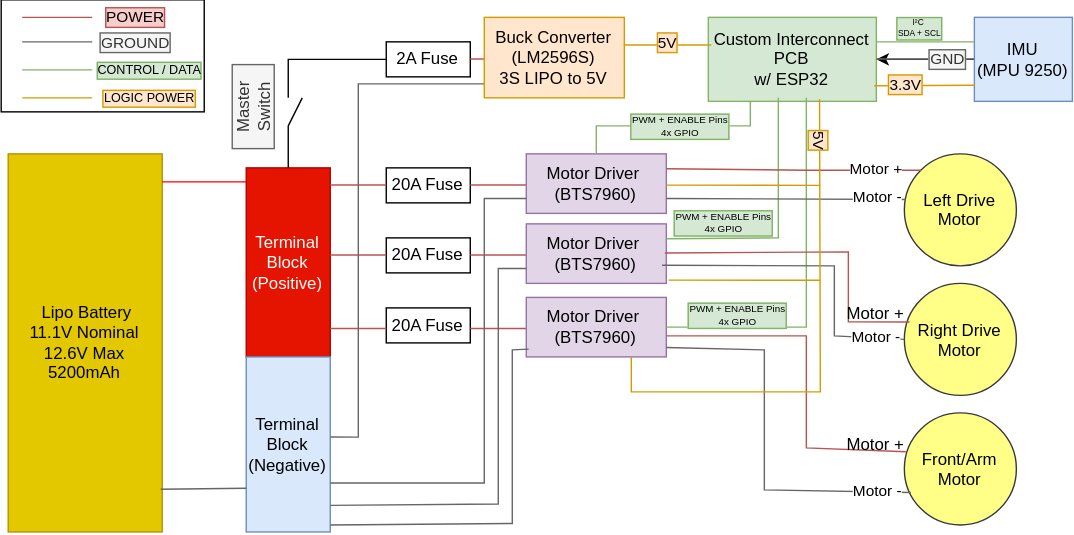
Before: electrical/Diagrams/ShotBotElectricalArchitecture.svg, a diagram exported from draw.io (kylevansant/ShotBot-Autonomous-Delivery-Robot-Stanford-Moonshot-Club). Source tidied: cells renumbered, new cells last; positions are measured from the earlier drawing's top-left corner, leaving out a move shared by most shapes.
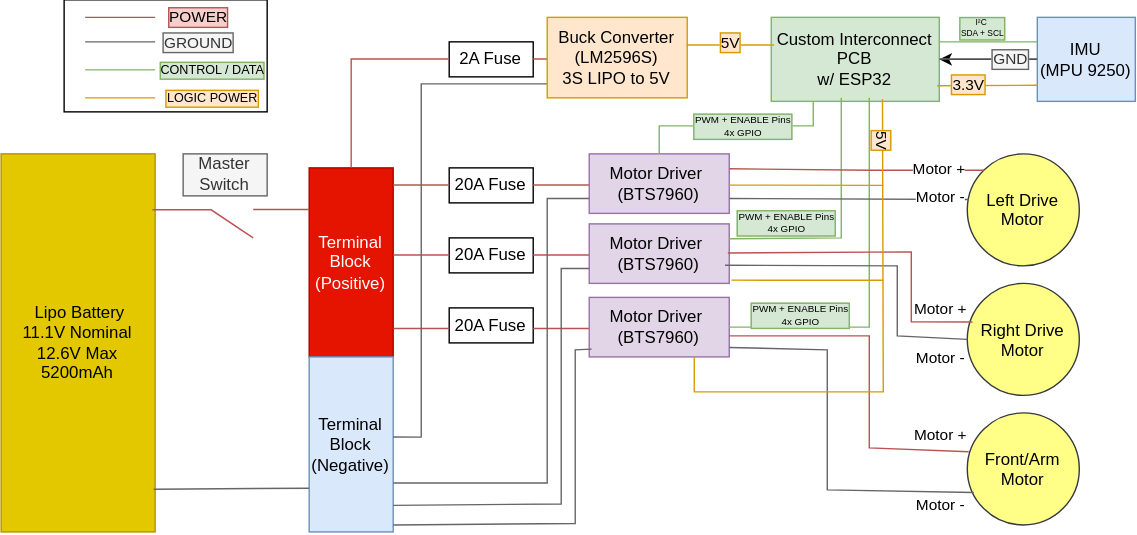
After the change.

Change to the diagram source:
```diff
@@ -3,7 +3,7 @@
     <mxCell id="0" />
     <mxCell id="1" parent="0" />
     <mxCell id="2" value="&amp;nbsp;Lipo Battery&lt;div&gt;11.1V Nominal&lt;/div&gt;&lt;div&gt;12.6V Max&lt;br&gt;&lt;div&gt;5200mAh&lt;/div&gt;&lt;/div&gt;" style="rounded=0;whiteSpace=wrap;html=1;fillColor=#e3c800;fontColor=#000000;strokeColor=#B09500;" parent="1" vertex="1">
-      <mxGeometry x="5" y="110" width="110" height="270" as="geometry" />
+      <mxGeometry x="-45" y="110" width="110" height="270" as="geometry" />
     </mxCell>
     <mxCell id="3" style="endArrow=none;html=1;rounded=0;fillColor=#e51400;strokeColor=none;" parent="1" edge="1">
       <mxGeometry relative="1" as="geometry">
@@ -11,12 +11,6 @@
         <mxPoint x="235" y="150" as="targetPoint" />
       </mxGeometry>
     </mxCell>
-    <mxCell id="4" style="endArrow=none;html=1;rounded=0;fillColor=#e51400;strokeColor=light-dark(#FF0000,#CC0000);" parent="1" edge="1">
-      <mxGeometry relative="1" as="geometry">
-        <mxPoint x="115" y="130" as="sourcePoint" />
-        <mxPoint x="235" y="130" as="targetPoint" />
-      </mxGeometry>
-    </mxCell>
     <mxCell id="5" value="Terminal Block (Positive)" style="rounded=0;whiteSpace=wrap;html=1;fillColor=#e51400;fontColor=#ffffff;strokeColor=#B20000;gradientColor=none;fillStyle=solid;" parent="1" vertex="1">
       <mxGeometry x="175" y="120" width="60" height="135" as="geometry" />
     </mxCell>
@@ -221,12 +215,9 @@
     </mxCell>
     <mxCell id="46" value="Motor -" style="edgeLabel;html=1;align=center;verticalAlign=middle;" parent="45" vertex="1">
       <mxGeometry x="0.75" y="-2" relative="1" as="geometry">
-        <mxPoint x="7" y="-3" as="offset" />
+        <mxPoint x="8" y="12" as="offset" />
       </mxGeometry>
     </mxCell>
-    <mxCell id="47" value="Motor +" style="text;html=1;whiteSpace=wrap;strokeColor=none;fillColor=none;align=center;verticalAlign=middle;rounded=0;" parent="1" vertex="1">
-      <mxGeometry x="595" y="210" width="60" height="30" as="geometry" />
-    </mxCell>
     <mxCell id="48" style="endArrow=none;html=1;rounded=0;exitX=1;exitY=0.25;exitDx=0;exitDy=0;fillColor=#f8cecc;strokeColor=#b85450;entryX=0.016;entryY=0.449;entryDx=0;entryDy=0;entryPerimeter=0;" parent="1" edge="1">
       <mxGeometry relative="1" as="geometry">
         <mxPoint x="475" y="240" as="sourcePoint" />
@@ -237,11 +228,8 @@
         </Array>
       </mxGeometry>
     </mxCell>
-    <mxCell id="49" value="Motor +" style="text;html=1;whiteSpace=wrap;strokeColor=none;fillColor=none;align=center;verticalAlign=middle;rounded=0;" parent="1" vertex="1">
-      <mxGeometry x="595" y="302.5" width="60" height="30" as="geometry" />
-    </mxCell>
     <mxCell id="50" value="Motor -" style="edgeLabel;html=1;align=center;verticalAlign=middle;" parent="1" vertex="1">
-      <mxGeometry x="625" y="350" as="geometry" />
+      <mxGeometry x="625" y="360" as="geometry" />
     </mxCell>
     <mxCell id="51" style="endArrow=none;html=1;rounded=0;entryX=0;entryY=0.75;entryDx=0;entryDy=0;fillColor=#f5f5f5;strokeColor=#666666;" parent="1" edge="1" target="11">
       <mxGeometry relative="1" as="geometry">
@@ -359,28 +347,36 @@
         <mxPoint x="-3" y="-2" as="offset" />
       </mxGeometry>
     </mxCell>
-    <mxCell id="72" style="endArrow=none;html=1;rounded=0;" parent="1" edge="1">
-      <mxGeometry relative="1" as="geometry">
-        <mxPoint x="205" y="120" as="sourcePoint" />
-        <mxPoint x="205" y="90" as="targetPoint" />
-      </mxGeometry>
-    </mxCell>
-    <mxCell id="73" style="endArrow=none;html=1;rounded=0;" parent="1" edge="1">
-      <mxGeometry relative="1" as="geometry">
-        <mxPoint x="205" y="90" as="sourcePoint" />
-        <mxPoint x="215" y="70" as="targetPoint" />
-      </mxGeometry>
-    </mxCell>
-    <mxCell id="74" style="endArrow=none;html=1;rounded=0;entryX=0;entryY=0.5;entryDx=0;entryDy=0;" parent="1" edge="1" target="20">
-      <mxGeometry relative="1" as="geometry">
-        <mxPoint x="205" y="70" as="sourcePoint" />
-        <Array as="points">
-          <mxPoint x="205" y="42.5" />
-        </Array>
-      </mxGeometry>
-    </mxCell>
+    <mxCell id="76" value="Motor +" style="edgeLabel;html=1;align=center;verticalAlign=middle;" parent="1" vertex="1">
+      <mxGeometry x="625" y="220" as="geometry" />
+    </mxCell>
+    <mxCell id="77" value="Motor +" style="edgeLabel;html=1;align=center;verticalAlign=middle;fillColor=#f8cecc;strokeColor=#b85450;" parent="1" vertex="1">
+      <mxGeometry x="625" y="310" as="geometry" />
+    </mxCell>
-    <mxCell id="75" value="Master Switch" style="text;html=1;whiteSpace=wrap;strokeColor=#666666;fillColor=#f5f5f5;align=center;verticalAlign=middle;rounded=0;fontColor=#333333;rotation=-90;" parent="1" vertex="1">
-      <mxGeometry x="150" y="61.2" width="60" height="30" as="geometry" />
+    <mxCell id="75" value="Master Switch" style="text;html=1;whiteSpace=wrap;strokeColor=#666666;fillColor=#f5f5f5;align=center;verticalAlign=middle;rounded=0;fontColor=#333333;rotation=0;" parent="1" vertex="1">
+      <mxGeometry x="85" y="110" width="60" height="30" as="geometry" />
     </mxCell>
+    <mxCell id="78" style="endArrow=none;html=1;rounded=0;exitX=0.982;exitY=0.148;exitDx=0;exitDy=0;exitPerimeter=0;fillColor=#f8cecc;strokeColor=#b85450;" parent="1" edge="1" source="2">
+      <mxGeometry relative="1" as="geometry">
+        <mxPoint x="135" y="170" as="targetPoint" />
+        <Array as="points">
+          <mxPoint x="105" y="150" />
+        </Array>
+      </mxGeometry>
+    </mxCell>
+    <mxCell id="79" style="endArrow=none;html=1;rounded=0;entryX=0;entryY=0;entryDx=0;entryDy=0;fillColor=#f8cecc;strokeColor=#b85450;" parent="1" edge="1">
+      <mxGeometry relative="1" as="geometry">
+        <mxPoint x="135" y="149.7" as="sourcePoint" />
+        <mxPoint x="175" y="149.7" as="targetPoint" />
+      </mxGeometry>
+    </mxCell>
+    <mxCell id="80" style="endArrow=none;html=1;rounded=0;entryX=0;entryY=0;entryDx=0;entryDy=0;fillColor=#f8cecc;strokeColor=#b85450;exitX=0.5;exitY=0;exitDx=0;exitDy=0;" parent="1" edge="1" source="5">
+      <mxGeometry relative="1" as="geometry">
+        <mxPoint x="275" y="42.2" as="targetPoint" />
+        <Array as="points">
+          <mxPoint x="205" y="42.2" />
+        </Array>
+      </mxGeometry>
+    </mxCell>
   </root>
 </mxGraphModel>
```
